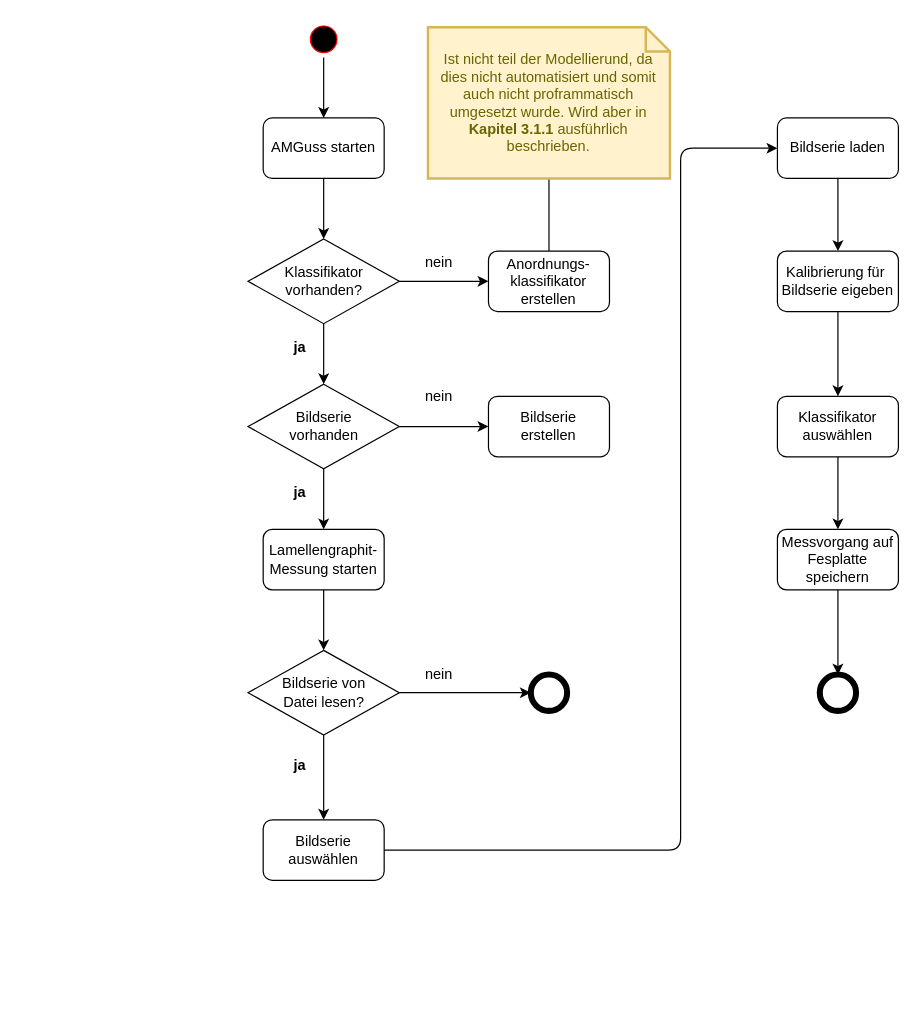
This is diagrams/flow_lamellar_graphite_evaluation_amguss.drawio from MichaelKaip/bachelor-thesis, a draw.io file, before an edit. Source tidied: cells renumbered, new cells numbered last; positions are measured from the earlier drawing's top-left corner, leaving out a move shared by most shapes. Both pictures are drawn from the tidied source at 121%, with x=0, y=0 at pixel (247, 21).
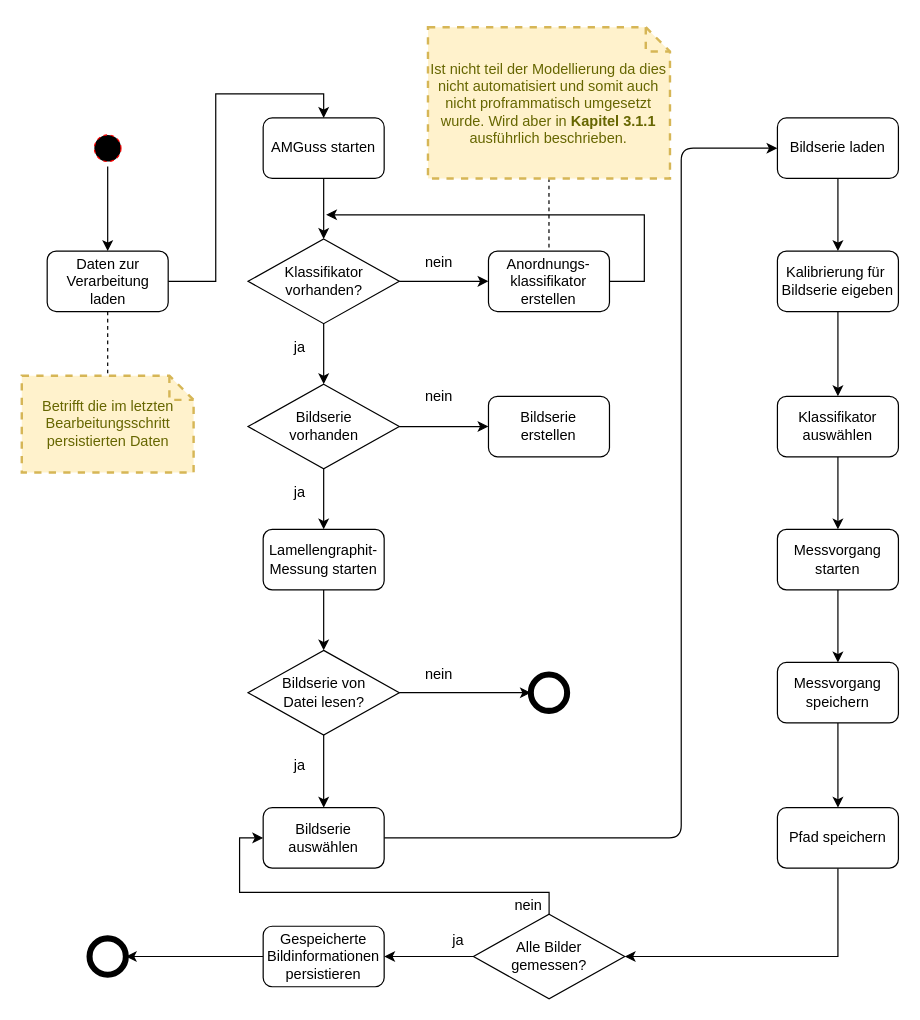
The same page after the edit.

The change refers to these unchanged cells:
```xml
<mxCell id="8" value="Bildserie von &lt;br&gt;Datei lesen?" style="rhombus;whiteSpace=wrap;html=1;" parent="1" vertex="1">
  <mxGeometry x="0.5" y="520" width="125" height="70" as="geometry" />
</mxCell>
<mxCell id="13" value="AMGuss starten" style="rounded=1;whiteSpace=wrap;html=1;" parent="1" vertex="1">
  <mxGeometry x="13" y="80" width="100" height="50" as="geometry" />
</mxCell>
<mxCell id="19" value="Anordnungs-&lt;br&gt;klassifikator erstellen" style="rounded=1;whiteSpace=wrap;html=1;" parent="1" vertex="1">
  <mxGeometry x="199.2" y="190" width="100" height="50" as="geometry" />
</mxCell>
<mxCell id="20" style="shape=ellipse;html=1;dashed=0;whitespace=wrap;strokeWidth=5;perimeter=ellipsePerimeter;rounded=0;sketch=0;fontSize=12;" parent="1" vertex="1">
  <mxGeometry x="234.2" y="540" width="30" height="30" as="geometry" />
</mxCell>
<mxCell id="22" value="Bildserie laden" style="rounded=1;whiteSpace=wrap;html=1;" parent="1" vertex="1">
  <mxGeometry x="438" y="80" width="100" height="50" as="geometry" />
</mxCell>
```

Diff of the diagram source:
```diff
@@
-    <mxCell id="4" style="edgeStyle=orthogonalEdgeStyle;curved=0;rounded=1;sketch=0;jettySize=auto;html=1;entryX=0.5;entryY=0;entryDx=0;entryDy=0;fontSize=12;" parent="1" edge="1" source="5" target="13">
-      <mxGeometry relative="1" as="geometry" />
-    </mxCell>
-    <mxCell id="5" style="ellipse;html=1;shape=startState;fillColor=#000000;strokeColor=#ff0000;" parent="1" vertex="1">
-      <mxGeometry x="48" width="30" height="30" as="geometry" />
-    </mxCell>
@@
-    <mxCell id="7" style="edgeStyle=orthogonalEdgeStyle;curved=0;rounded=1;sketch=0;jettySize=auto;html=1;entryX=0;entryY=0.5;entryDx=0;entryDy=0;fontSize=12;endArrow=classic;endFill=1;" parent="1" edge="1" source="8" target="20">
+    <mxCell id="7" style="edgeStyle=orthogonalEdgeStyle;rounded=0;jettySize=auto;html=1;entryX=0;entryY=0.5;entryDx=0;entryDy=0;fontSize=12;endArrow=classic;endFill=1;" parent="1" edge="1" source="8" target="20">
       <mxGeometry relative="1" as="geometry" />
     </mxCell>
@@
-    <mxCell id="9" style="edgeStyle=orthogonalEdgeStyle;curved=0;rounded=1;sketch=0;jettySize=auto;html=1;entryX=0;entryY=0.5;entryDx=0;entryDy=0;fontSize=12;endArrow=classic;endFill=1;" parent="1" edge="1" source="10" target="22">
+    <mxCell id="9" style="edgeStyle=orthogonalEdgeStyle;curved=0;rounded=1;sketch=0;jettySize=auto;html=1;entryX=0;entryY=0.5;entryDx=0;entryDy=0;fontSize=12;endArrow=classic;endFill=1;exitX=1;exitY=0.5;exitDx=0;exitDy=0;" parent="1" edge="1" source="10" target="22">
       <mxGeometry relative="1" as="geometry">
         <Array as="points">
-          <mxPoint x="358" y="685" />
-          <mxPoint x="358" y="105" />
+          <mxPoint x="358.5" y="675" />
+          <mxPoint x="358.5" y="105" />
         </Array>
       </mxGeometry>
     </mxCell>
     <mxCell id="10" value="Bildserie auswählen" style="rounded=1;whiteSpace=wrap;html=1;" parent="1" vertex="1">
-      <mxGeometry x="13" y="660" width="100" height="50" as="geometry" />
+      <mxGeometry x="13" y="650" width="100" height="50" as="geometry" />
     </mxCell>
-    <mxCell id="11" value="ja" style="text;html=1;align=center;verticalAlign=middle;strokeColor=none;fontSize=12;fontStyle=1;" parent="1" vertex="1">
-      <mxGeometry x="28" y="260" width="30" height="20" as="geometry" />
+    <mxCell id="11" value="ja" style="text;html=1;align=center;verticalAlign=middle;strokeColor=none;fontSize=12;fontStyle=0;" parent="1" vertex="1">
+      <mxGeometry x="33" y="261" width="20" height="18" as="geometry" />
     </mxCell>
@@
-    <mxCell id="18" style="edgeStyle=orthogonalEdgeStyle;curved=0;rounded=1;sketch=0;jettySize=auto;html=1;entryX=0.5;entryY=1;entryDx=0;entryDy=0;entryPerimeter=0;fontSize=12;endArrow=none;endFill=0;" parent="1" edge="1" source="19" target="23">
-      <mxGeometry relative="1" as="geometry" />
-    </mxCell>
+    <mxCell id="39" style="edgeStyle=orthogonalEdgeStyle;rounded=0;jettySize=auto;html=1;exitX=1;exitY=0.5;exitDx=0;exitDy=0;" parent="1" edge="1" source="19">
+      <mxGeometry relative="1" as="geometry">
+        <mxPoint x="65" y="160" as="targetPoint" />
+        <Array as="points">
+          <mxPoint x="328" y="215" />
+          <mxPoint x="328" y="160" />
+        </Array>
+      </mxGeometry>
+    </mxCell>
@@
+    <mxCell id="40" style="edgeStyle=orthogonalEdgeStyle;rounded=0;jettySize=auto;html=1;endArrow=none;endFill=0;dashed=1;" parent="1" edge="1" source="23" target="19">
+      <mxGeometry relative="1" as="geometry" />
+    </mxCell>
-    <mxCell id="23" value="Ist nicht teil der Modellierund, da dies nicht automatisiert und somit auch nicht proframmatisch umgesetzt wurde. Wird aber in &lt;b&gt;Kapitel 3.1.1&lt;/b&gt; ausführlich beschrieben." style="shape=note;strokeWidth=2;fontSize=12;size=20;whiteSpace=wrap;html=1;fillColor=#fff2cc;strokeColor=#d6b656;fontColor=#666600;rounded=0;sketch=0;" parent="1" vertex="1">
+    <mxCell id="23" value="Ist nicht teil der Modellierung da dies nicht automatisiert und somit auch nicht proframmatisch umgesetzt wurde. Wird aber in &lt;b&gt;Kapitel 3.1.1&lt;/b&gt; ausführlich beschrieben." style="shape=note;strokeWidth=2;fontSize=12;size=20;whiteSpace=wrap;html=1;fillColor=#fff2cc;strokeColor=#d6b656;fontColor=#666600;rounded=0;sketch=0;dashed=1;" parent="1" vertex="1">
       <mxGeometry x="149.2" y="5" width="200" height="125" as="geometry" />
     </mxCell>
@@
-    <mxCell id="25" value="ja" style="text;html=1;align=center;verticalAlign=middle;strokeColor=none;fontSize=12;fontStyle=1;" parent="1" vertex="1">
-      <mxGeometry x="28" y="605" width="30" height="20" as="geometry" />
+    <mxCell id="25" value="ja" style="text;html=1;align=center;verticalAlign=middle;strokeColor=none;fontSize=12;fontStyle=0;" parent="1" vertex="1">
+      <mxGeometry x="33" y="606" width="20" height="18" as="geometry" />
     </mxCell>
@@
-    <mxCell id="31" value="ja" style="text;html=1;align=center;verticalAlign=middle;strokeColor=none;fontSize=12;fontStyle=1;" parent="1" vertex="1">
-      <mxGeometry x="28" y="380" width="30" height="20" as="geometry" />
+    <mxCell id="31" value="ja" style="text;html=1;align=center;verticalAlign=middle;strokeColor=none;fontSize=12;fontStyle=0;" parent="1" vertex="1">
+      <mxGeometry x="33" y="381" width="20" height="18" as="geometry" />
     </mxCell>
@@
-    <mxCell id="36" style="edgeStyle=orthogonalEdgeStyle;curved=0;rounded=1;sketch=0;jettySize=auto;html=1;entryX=0.5;entryY=0;entryDx=0;entryDy=0;fontSize=12;endArrow=classic;endFill=1;" parent="1" edge="1" source="37" target="38">
-      <mxGeometry relative="1" as="geometry" />
-    </mxCell>
+    <mxCell id="41" style="edgeStyle=orthogonalEdgeStyle;rounded=0;jettySize=auto;html=1;fontSize=12;endArrow=classic;endFill=1;" parent="1" edge="1" source="37" target="49">
+      <mxGeometry relative="1" as="geometry" />
+    </mxCell>
-    <mxCell id="37" value="Messvorgang auf Fesplatte speichern" style="rounded=1;whiteSpace=wrap;html=1;" parent="1" vertex="1">
+    <mxCell id="37" value="Messvorgang starten" style="rounded=1;whiteSpace=wrap;html=1;" parent="1" vertex="1">
       <mxGeometry x="438" y="420" width="100" height="50" as="geometry" />
     </mxCell>
     <mxCell id="38" style="shape=ellipse;html=1;dashed=0;whitespace=wrap;strokeWidth=5;perimeter=ellipsePerimeter;rounded=0;sketch=0;fontSize=12;" parent="1" vertex="1">
-      <mxGeometry x="473" y="540" width="30" height="30" as="geometry" />
+      <mxGeometry x="-130.5" y="758" width="30" height="30" as="geometry" />
     </mxCell>
+    <mxCell id="42" style="edgeStyle=orthogonalEdgeStyle;rounded=0;jettySize=auto;html=1;fontSize=12;" parent="1" edge="1" source="43" target="46">
+      <mxGeometry relative="1" as="geometry" />
+    </mxCell>
+    <mxCell id="43" style="ellipse;html=1;shape=startState;fillColor=#000000;strokeColor=#ff0000;dashed=1;fontSize=12;" parent="1" vertex="1">
+      <mxGeometry x="-130.5" y="90" width="30" height="30" as="geometry" />
+    </mxCell>
+    <mxCell id="44" style="edgeStyle=orthogonalEdgeStyle;rounded=0;jettySize=auto;html=1;entryX=0.5;entryY=0;entryDx=0;entryDy=0;fontSize=12;endArrow=classic;endFill=1;" parent="1" edge="1" source="46" target="13">
+      <mxGeometry relative="1" as="geometry" />
+    </mxCell>
+    <mxCell id="45" style="edgeStyle=orthogonalEdgeStyle;rounded=0;jettySize=auto;html=1;fontSize=12;endArrow=none;endFill=0;dashed=1;" parent="1" edge="1" source="46" target="47">
+      <mxGeometry relative="1" as="geometry" />
+    </mxCell>
+    <mxCell id="46" value="Daten zur Verarbeitung laden" style="rounded=1;whiteSpace=wrap;html=1;" parent="1" vertex="1">
+      <mxGeometry x="-165.5" y="190" width="100" height="50" as="geometry" />
+    </mxCell>
+    <mxCell id="47" value="Betrifft die im letzten Bearbeitungsschritt&lt;br style=&quot;font-size: 12px;&quot;&gt;persistierten Daten" style="shape=note;strokeWidth=2;fontSize=12;size=20;whiteSpace=wrap;html=1;fillColor=#fff2cc;strokeColor=#d6b656;fontColor=#666600;dashed=1;" parent="1" vertex="1">
+      <mxGeometry x="-186.5" y="293" width="142" height="80" as="geometry" />
+    </mxCell>
+    <mxCell id="48" style="edgeStyle=orthogonalEdgeStyle;rounded=0;jettySize=auto;html=1;entryX=0.5;entryY=0;entryDx=0;entryDy=0;fontSize=12;endArrow=classic;endFill=1;" parent="1" edge="1" source="49" target="54">
+      <mxGeometry relative="1" as="geometry" />
+    </mxCell>
+    <mxCell id="49" value="Messvorgang speichern" style="rounded=1;whiteSpace=wrap;html=1;" parent="1" vertex="1">
+      <mxGeometry x="438" y="530" width="100" height="50" as="geometry" />
+    </mxCell>
+    <mxCell id="50" style="edgeStyle=orthogonalEdgeStyle;rounded=0;jettySize=auto;html=1;entryX=0;entryY=0.5;entryDx=0;entryDy=0;fontSize=12;endArrow=classic;endFill=1;exitX=0.5;exitY=0;exitDx=0;exitDy=0;" parent="1" edge="1" source="52" target="10">
+      <mxGeometry relative="1" as="geometry">
+        <Array as="points">
+          <mxPoint x="249.5" y="720" />
+          <mxPoint x="-6.5" y="720" />
+          <mxPoint x="-6.5" y="675" />
+        </Array>
+      </mxGeometry>
+    </mxCell>
+    <mxCell id="51" style="edgeStyle=orthogonalEdgeStyle;rounded=0;jettySize=auto;html=1;entryX=1;entryY=0.5;entryDx=0;entryDy=0;fontSize=12;endArrow=classic;endFill=1;" parent="1" edge="1" source="52" target="58">
+      <mxGeometry relative="1" as="geometry" />
+    </mxCell>
+    <mxCell id="52" value="Alle Bilder&lt;br&gt;gemessen?" style="rhombus;whiteSpace=wrap;html=1;" parent="1" vertex="1">
+      <mxGeometry x="186.8" y="738" width="125" height="70" as="geometry" />
+    </mxCell>
+    <mxCell id="53" style="edgeStyle=orthogonalEdgeStyle;rounded=0;jettySize=auto;html=1;entryX=1;entryY=0.5;entryDx=0;entryDy=0;fontSize=12;endArrow=classic;endFill=1;exitX=0.5;exitY=1;exitDx=0;exitDy=0;" parent="1" edge="1" source="54" target="52">
+      <mxGeometry relative="1" as="geometry" />
+    </mxCell>
+    <mxCell id="54" value="Pfad speichern" style="rounded=1;whiteSpace=wrap;html=1;" parent="1" vertex="1">
+      <mxGeometry x="438" y="650" width="100" height="50" as="geometry" />
+    </mxCell>
+    <mxCell id="55" value="nein" style="text;html=1;align=center;verticalAlign=middle;strokeColor=none;fontSize=12;" parent="1" vertex="1">
+      <mxGeometry x="215.5" y="722" width="32" height="18" as="geometry" />
+    </mxCell>
+    <mxCell id="56" value="ja" style="text;html=1;align=center;verticalAlign=middle;strokeColor=none;fontSize=12;" parent="1" vertex="1">
+      <mxGeometry x="163.5" y="751" width="20" height="18" as="geometry" />
+    </mxCell>
+    <mxCell id="57" style="edgeStyle=orthogonalEdgeStyle;rounded=0;jettySize=auto;html=1;entryX=1;entryY=0.5;entryDx=0;entryDy=0;fontSize=12;endArrow=classic;endFill=1;" parent="1" edge="1" source="58" target="38">
+      <mxGeometry relative="1" as="geometry" />
+    </mxCell>
+    <mxCell id="58" value="Gespeicherte Bildinformationen persistieren" style="rounded=1;whiteSpace=wrap;html=1;" parent="1" vertex="1">
+      <mxGeometry x="13" y="748" width="100" height="50" as="geometry" />
+    </mxCell>
```
